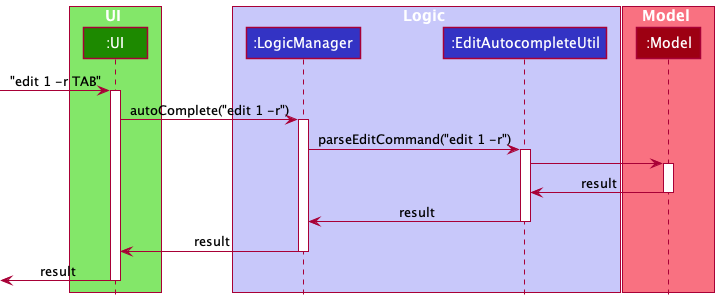
This is docs/images/AutocompleteSequenceDiagram.png from nus-cs2103-AY2021S2/tp, a PlantUML export, as it was before one commit.
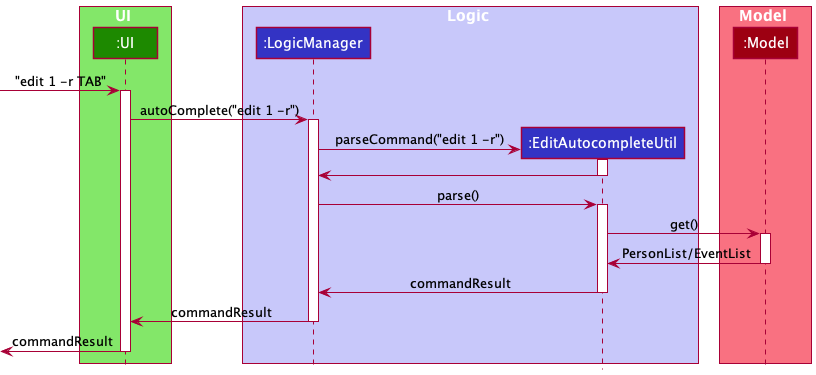
Above is the later version.

Commit message:
Update DG Sequence Diagram

Change to the diagram source:
```diff
@@ -20,21 +20,28 @@
 UI-> LogicManager : autoComplete("edit 1 -r")
 activate LogicManager
 
-LogicManager -> EditAutocompleteUtil : parseEditCommand("edit 1 -r")
+create EditAutocompleteUtil
+LogicManager -> EditAutocompleteUtil : parseCommand("edit 1 -r")
 activate EditAutocompleteUtil
 
-EditAutocompleteUtil -> Model
+EditAutocompleteUtil -> LogicManager
+deactivate EditAutocompleteUtil
+
+LogicManager -> EditAutocompleteUtil : parse()
+activate EditAutocompleteUtil
+
+EditAutocompleteUtil -> Model : get()
 activate Model
 
-Model -> EditAutocompleteUtil : result
+Model -> EditAutocompleteUtil : PersonList/EventList
 deactivate Model
 
-EditAutocompleteUtil -> LogicManager : result
+EditAutocompleteUtil -> LogicManager : commandResult
 deactivate EditAutocompleteUtil
 
-LogicManager -> UI : result
+LogicManager -> UI : commandResult
 deactivate LogicManager
 
-UI ->[ : result
+UI ->[ : commandResult
 deactivate UI
 @enduml
```
